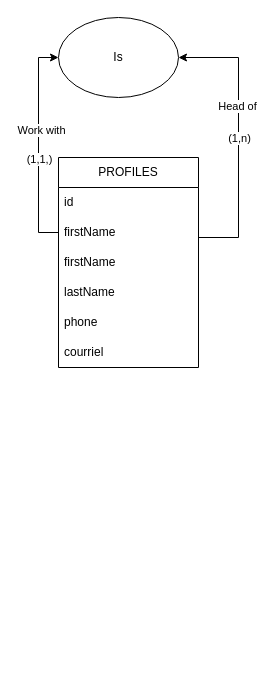
This is gestion-commerciale.drawio from LorinceTawamba/gestion-commerciale, a draw.io file, before an edit. Source tidied: cells renumbered, new cells numbered last; positions are measured from the earlier drawing's top-left corner, leaving out a move shared by most shapes. Both pictures are drawn from the tidied source at 100%, with x=0, y=0 at pixel (38, 17).
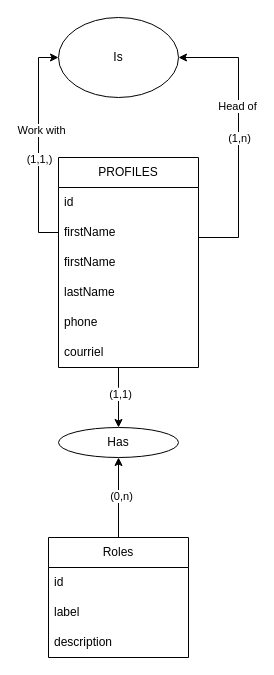
The same page after the edit.

Commit message (it also covers changes not shown here):
Mettre à jour gestion-commerciale.drawio

The change refers to these unchanged cells:
```xml
<mxCell id="5" value="PROFILES" style="swimlane;fontStyle=0;horizontal=1;startSize=30;whiteSpace=wrap;html=1;" parent="1" vertex="1">
  <mxGeometry x="20" y="140" width="140" height="210" as="geometry" />
</mxCell>
```

Diff of the diagram source:
```diff
@@
+    <mxCell id="16" style="edgeStyle=orthogonalEdgeStyle;rounded=0;jettySize=auto;html=1;" parent="1" edge="1" source="5" target="24">
+      <mxGeometry relative="1" as="geometry">
+        <Array as="points">
+          <mxPoint x="80" y="370" />
+          <mxPoint x="80" y="370" />
+        </Array>
+      </mxGeometry>
+    </mxCell>
+    <mxCell id="17" value="(1,1)" style="edgeLabel;html=1;align=center;verticalAlign=middle;" parent="16" vertex="1">
+      <mxGeometry x="-0.13" y="1" relative="1" as="geometry" />
+    </mxCell>
@@
+    <mxCell id="18" style="edgeStyle=orthogonalEdgeStyle;rounded=0;jettySize=auto;html=1;entryX=0.5;entryY=1;entryDx=0;entryDy=0;" parent="1" edge="1" source="20" target="24">
+      <mxGeometry relative="1" as="geometry" />
+    </mxCell>
+    <mxCell id="19" value="(0,n)" style="edgeLabel;html=1;align=center;verticalAlign=middle;" parent="18" vertex="1">
+      <mxGeometry x="0.05" y="-2" relative="1" as="geometry" />
+    </mxCell>
+    <mxCell id="20" value="Roles" style="swimlane;fontStyle=0;horizontal=1;startSize=30;whiteSpace=wrap;html=1;" parent="1" vertex="1">
+      <mxGeometry x="10" y="520" width="140" height="120" as="geometry" />
+    </mxCell>
+    <mxCell id="21" value="id" style="text;strokeColor=none;fillColor=none;align=left;verticalAlign=middle;spacingLeft=4;spacingRight=4;overflow=hidden;whiteSpace=wrap;html=1;" parent="20" vertex="1">
+      <mxGeometry y="30" width="140" height="30" as="geometry" />
+    </mxCell>
+    <mxCell id="22" value="label" style="text;strokeColor=none;fillColor=none;align=left;verticalAlign=middle;spacingLeft=4;spacingRight=4;overflow=hidden;whiteSpace=wrap;html=1;" parent="20" vertex="1">
+      <mxGeometry y="60" width="140" height="30" as="geometry" />
+    </mxCell>
+    <mxCell id="23" value="description" style="text;strokeColor=none;fillColor=none;align=left;verticalAlign=middle;spacingLeft=4;spacingRight=4;overflow=hidden;whiteSpace=wrap;html=1;" parent="20" vertex="1">
+      <mxGeometry y="90" width="140" height="30" as="geometry" />
+    </mxCell>
+    <mxCell id="24" value="Has" style="ellipse;whiteSpace=wrap;html=1;" parent="1" vertex="1">
+      <mxGeometry x="20" y="410" width="120" height="30" as="geometry" />
+    </mxCell>
```
